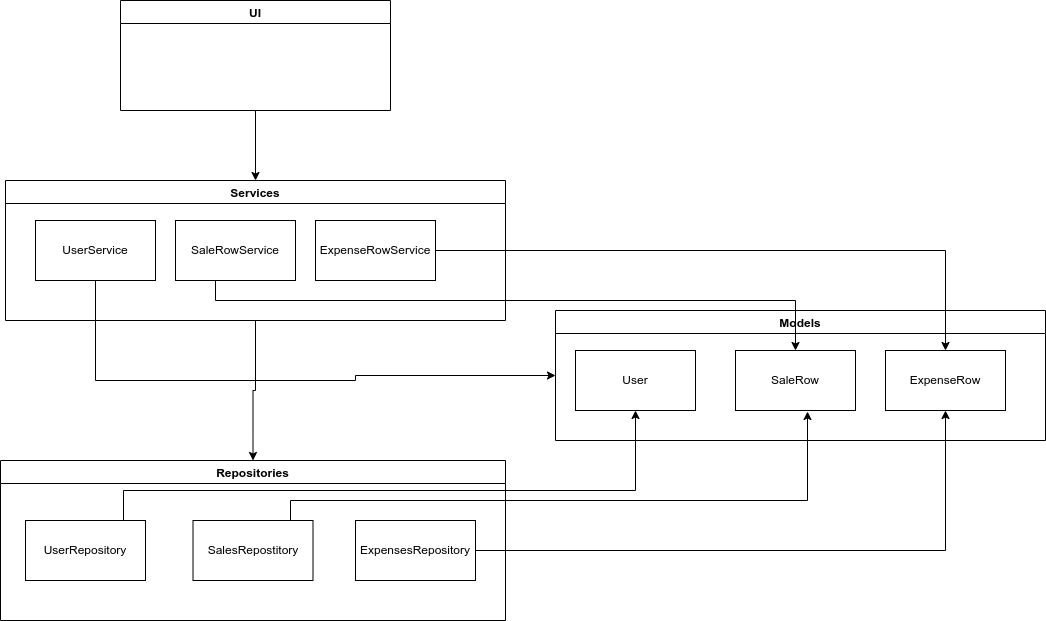
The draw.io diagram documentation/images/pakkauskaavio_luokilla.png in Ejo0/ot-harjoitustyo, before a commit. Source tidied: cells renumbered, new cells last; positions are measured from the earlier drawing's top-left corner, leaving out a move shared by most shapes.
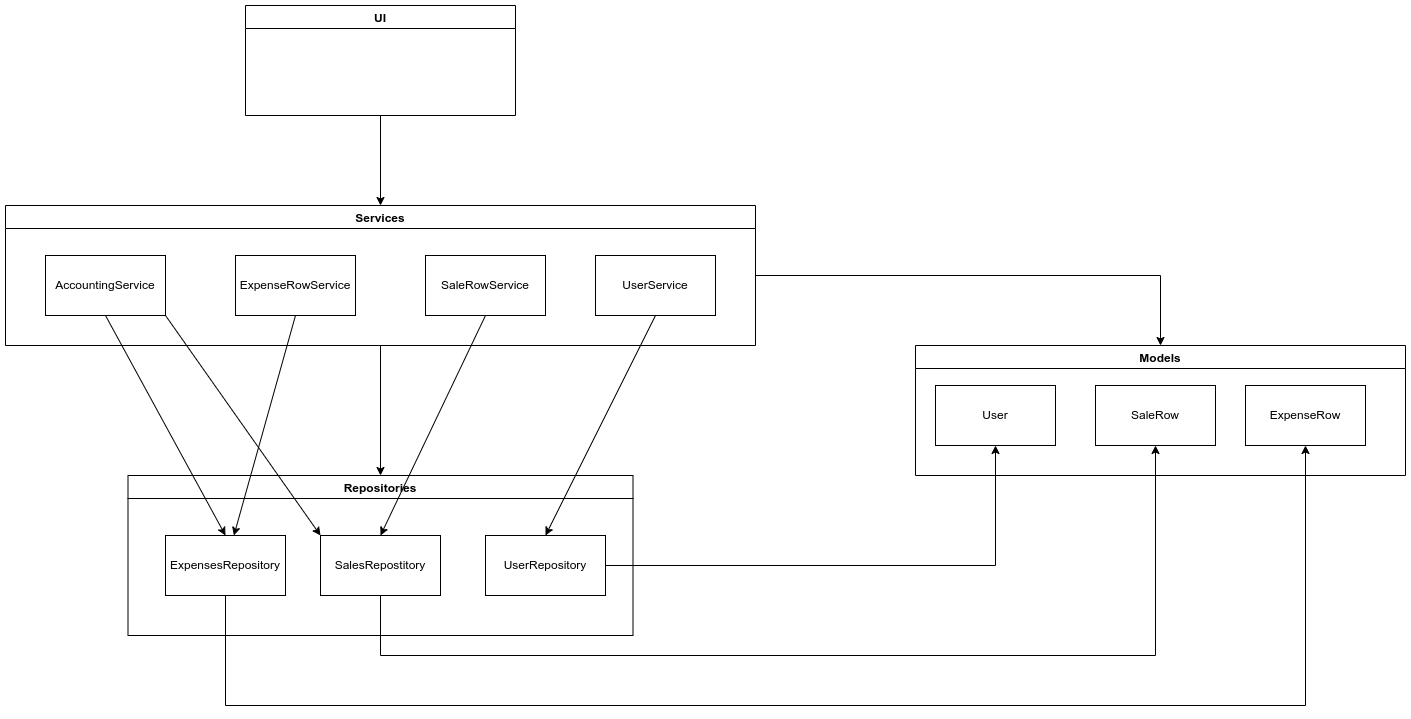
Later version of the same file.

Diff of the diagram source:
```diff
@@ -6,37 +6,43 @@
       <mxGeometry relative="1" as="geometry" />
     </mxCell>
     <mxCell id="3" value="UI" style="swimlane;" parent="1" vertex="1">
-      <mxGeometry x="120" width="270" height="110" as="geometry" />
+      <mxGeometry x="245" y="-20" width="270" height="110" as="geometry" />
     </mxCell>
     <mxCell id="4" style="edgeStyle=orthogonalEdgeStyle;rounded=0;jettySize=auto;html=1;" parent="1" edge="1" source="5" target="9">
       <mxGeometry relative="1" as="geometry" />
     </mxCell>
+    <mxCell id="23" style="edgeStyle=orthogonalEdgeStyle;rounded=0;jettySize=auto;html=1;entryX=0.5;entryY=0;entryDx=0;entryDy=0;" parent="1" edge="1" source="5" target="13">
+      <mxGeometry relative="1" as="geometry" />
+    </mxCell>
     <mxCell id="5" value="Services" style="swimlane;startSize=23;" parent="1" vertex="1">
-      <mxGeometry x="5" y="180" width="500" height="140" as="geometry" />
+      <mxGeometry x="5" y="180" width="750" height="140" as="geometry" />
     </mxCell>
+    <mxCell id="7" value="ExpenseRowService" style="whiteSpace=wrap;html=1;" parent="5" vertex="1">
+      <mxGeometry x="230" y="50" width="120" height="60" as="geometry" />
+    </mxCell>
+    <mxCell id="24" value="AccountingService" style="whiteSpace=wrap;html=1;" parent="5" vertex="1">
+      <mxGeometry x="40" y="50" width="120" height="60" as="geometry" />
+    </mxCell>
+    <mxCell id="8" value="UserService" style="whiteSpace=wrap;html=1;" parent="5" vertex="1">
+      <mxGeometry x="590" y="50" width="120" height="60" as="geometry" />
+    </mxCell>
     <mxCell id="6" value="SaleRowService" style="whiteSpace=wrap;html=1;" parent="5" vertex="1">
-      <mxGeometry x="170" y="40" width="120" height="60" as="geometry" />
+      <mxGeometry x="420" y="50" width="120" height="60" as="geometry" />
     </mxCell>
-    <mxCell id="7" value="ExpenseRowService" style="whiteSpace=wrap;html=1;" parent="5" vertex="1">
-      <mxGeometry x="310" y="40" width="120" height="60" as="geometry" />
-    </mxCell>
-    <mxCell id="8" value="UserService" style="whiteSpace=wrap;html=1;" parent="5" vertex="1">
-      <mxGeometry x="30" y="40" width="120" height="60" as="geometry" />
-    </mxCell>
     <mxCell id="9" value="Repositories" style="swimlane;startSize=23;" parent="1" vertex="1">
-      <mxGeometry y="460" width="505" height="160" as="geometry" />
+      <mxGeometry x="127.5" y="450" width="505" height="160" as="geometry" />
     </mxCell>
+    <mxCell id="12" value="SalesRepostitory" style="whiteSpace=wrap;html=1;" parent="9" vertex="1">
+      <mxGeometry x="192.5" y="60" width="120" height="60" as="geometry" />
+    </mxCell>
     <mxCell id="10" value="UserRepository" style="whiteSpace=wrap;html=1;" parent="9" vertex="1">
-      <mxGeometry x="25" y="60" width="120" height="60" as="geometry" />
+      <mxGeometry x="357.5" y="60" width="120" height="60" as="geometry" />
     </mxCell>
     <mxCell id="11" value="ExpensesRepository" style="whiteSpace=wrap;html=1;" parent="9" vertex="1">
-      <mxGeometry x="355" y="60" width="120" height="60" as="geometry" />
+      <mxGeometry x="37.5" y="60" width="120" height="60" as="geometry" />
     </mxCell>
-    <mxCell id="12" value="SalesRepostitory" style="whiteSpace=wrap;html=1;" parent="9" vertex="1">
-      <mxGeometry x="192.5" y="60" width="120" height="60" as="geometry" />
-    </mxCell>
     <mxCell id="13" value="Models" style="swimlane;startSize=23;" parent="1" vertex="1">
-      <mxGeometry x="555" y="310" width="490" height="130" as="geometry" />
+      <mxGeometry x="915" y="320" width="490" height="130" as="geometry" />
     </mxCell>
     <mxCell id="14" value="User" style="whiteSpace=wrap;html=1;" parent="13" vertex="1">
       <mxGeometry x="20" y="40" width="120" height="60" as="geometry" />
@@ -47,44 +53,39 @@
     <mxCell id="16" value="SaleRow" style="whiteSpace=wrap;html=1;" parent="13" vertex="1">
       <mxGeometry x="180" y="40" width="120" height="60" as="geometry" />
     </mxCell>
-    <mxCell id="17" style="edgeStyle=orthogonalEdgeStyle;rounded=0;jettySize=auto;html=1;entryX=0.5;entryY=0;entryDx=0;entryDy=0;" parent="1" edge="1" source="7" target="15">
-      <mxGeometry relative="1" as="geometry" />
-    </mxCell>
-    <mxCell id="18" style="edgeStyle=orthogonalEdgeStyle;rounded=0;jettySize=auto;html=1;" parent="1" edge="1" source="6" target="16">
-      <mxGeometry relative="1" as="geometry">
-        <Array as="points">
-          <mxPoint x="215" y="300" />
-          <mxPoint x="795" y="300" />
-        </Array>
-      </mxGeometry>
-    </mxCell>
+    <mxCell id="25" style="endArrow=classic;html=1;rounded=0;exitX=1;exitY=1;exitDx=0;exitDy=0;entryX=0;entryY=0;entryDx=0;entryDy=0;" parent="1" edge="1" source="24" target="12">
+      <mxGeometry relative="1" as="geometry" />
+    </mxCell>
+    <mxCell id="26" style="endArrow=classic;html=1;rounded=0;exitX=0.5;exitY=1;exitDx=0;exitDy=0;entryX=0.5;entryY=0;entryDx=0;entryDy=0;" parent="1" edge="1" source="6" target="12">
+      <mxGeometry relative="1" as="geometry" />
+    </mxCell>
+    <mxCell id="27" style="endArrow=classic;html=1;rounded=0;exitX=0.5;exitY=1;exitDx=0;exitDy=0;entryX=0.5;entryY=0;entryDx=0;entryDy=0;" parent="1" edge="1" source="24" target="11">
+      <mxGeometry relative="1" as="geometry" />
+    </mxCell>
+    <mxCell id="28" style="endArrow=classic;html=1;rounded=0;exitX=0.5;exitY=1;exitDx=0;exitDy=0;" parent="1" edge="1" source="7" target="11">
+      <mxGeometry relative="1" as="geometry" />
+    </mxCell>
+    <mxCell id="29" style="endArrow=classic;html=1;rounded=0;entryX=0.5;entryY=0;entryDx=0;entryDy=0;exitX=0.5;exitY=1;exitDx=0;exitDy=0;" parent="1" edge="1" source="8" target="10">
+      <mxGeometry relative="1" as="geometry" />
+    </mxCell>
+    <mxCell id="21" style="edgeStyle=orthogonalEdgeStyle;rounded=0;jettySize=auto;html=1;entryX=0.5;entryY=1;entryDx=0;entryDy=0;" parent="1" edge="1" source="10" target="14">
+      <mxGeometry relative="1" as="geometry" />
+    </mxCell>
+    <mxCell id="20" style="edgeStyle=orthogonalEdgeStyle;rounded=0;jettySize=auto;html=1;entryX=0.5;entryY=1;entryDx=0;entryDy=0;" parent="1" edge="1" source="12" target="16">
+      <mxGeometry relative="1" as="geometry">
+        <Array as="points">
+          <mxPoint x="380" y="630" />
+          <mxPoint x="1155" y="630" />
+        </Array>
+      </mxGeometry>
+    </mxCell>
     <mxCell id="19" style="edgeStyle=orthogonalEdgeStyle;rounded=0;jettySize=auto;html=1;entryX=0.5;entryY=1;entryDx=0;entryDy=0;" parent="1" edge="1" source="11" target="15">
-      <mxGeometry relative="1" as="geometry" />
+      <mxGeometry relative="1" as="geometry">
+        <Array as="points">
+          <mxPoint x="225" y="680" />
+          <mxPoint x="1305" y="680" />
+        </Array>
+      </mxGeometry>
     </mxCell>
-    <mxCell id="20" style="edgeStyle=orthogonalEdgeStyle;rounded=0;jettySize=auto;html=1;entryX=0.6;entryY=1.017;entryDx=0;entryDy=0;entryPerimeter=0;" parent="1" edge="1" source="12" target="16">
-      <mxGeometry relative="1" as="geometry">
-        <Array as="points">
-          <mxPoint x="290" y="500" />
-          <mxPoint x="807" y="500" />
-        </Array>
-      </mxGeometry>
-    </mxCell>
-    <mxCell id="21" style="edgeStyle=orthogonalEdgeStyle;rounded=0;jettySize=auto;html=1;entryX=0.5;entryY=1;entryDx=0;entryDy=0;" parent="1" edge="1" source="10" target="14">
-      <mxGeometry relative="1" as="geometry">
-        <Array as="points">
-          <mxPoint x="123" y="490" />
-          <mxPoint x="635" y="490" />
-        </Array>
-      </mxGeometry>
-    </mxCell>
-    <mxCell id="22" style="edgeStyle=orthogonalEdgeStyle;rounded=0;jettySize=auto;html=1;entryX=0;entryY=0.5;entryDx=0;entryDy=0;" parent="1" edge="1" source="8" target="13">
-      <mxGeometry relative="1" as="geometry">
-        <Array as="points">
-          <mxPoint x="95" y="380" />
-          <mxPoint x="355" y="380" />
-          <mxPoint x="355" y="375" />
-        </Array>
-      </mxGeometry>
-    </mxCell>
   </root>
 </mxGraphModel>
```
